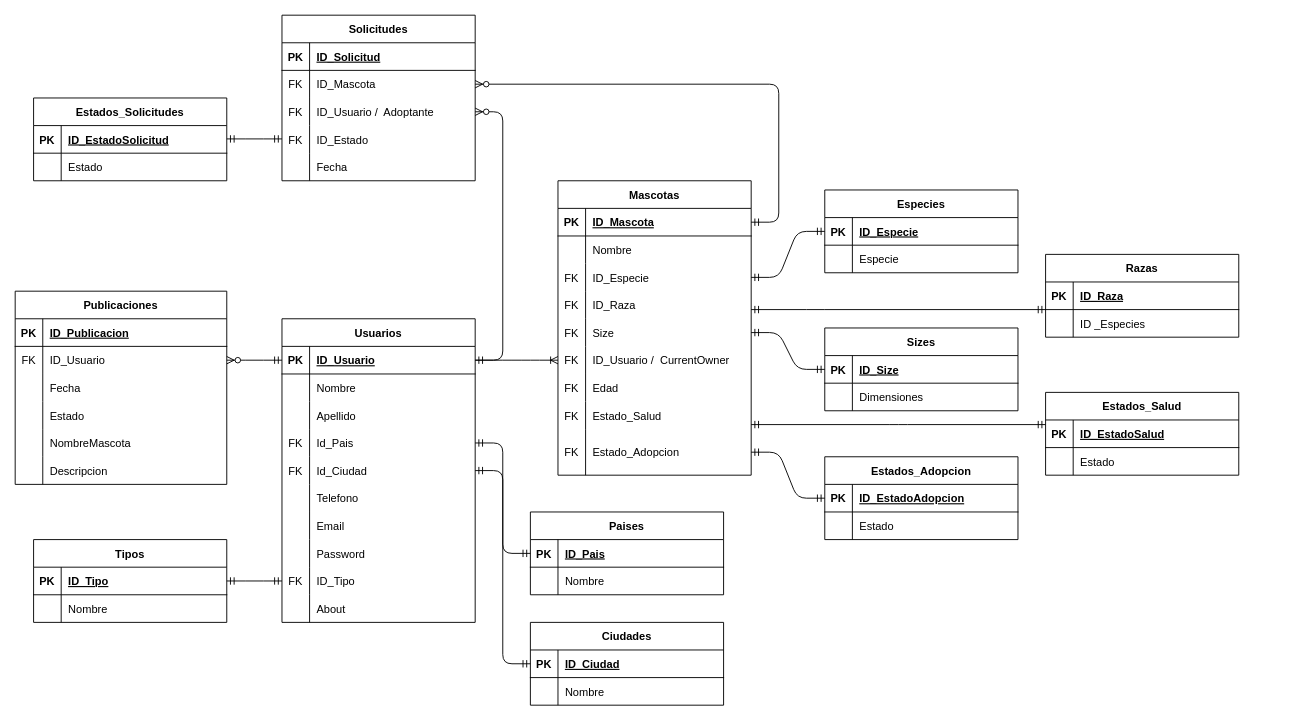
Before: modeloBD.drawio in StevenMendezV/mewoof-database, a draw.io diagram. Source tidied: cells renumbered, new cells numbered last; positions are measured from the earlier drawing's top-left corner, leaving out a move shared by most shapes. Both pictures are drawn from the tidied source at 92%, with x=0, y=0 at pixel (15, 15).
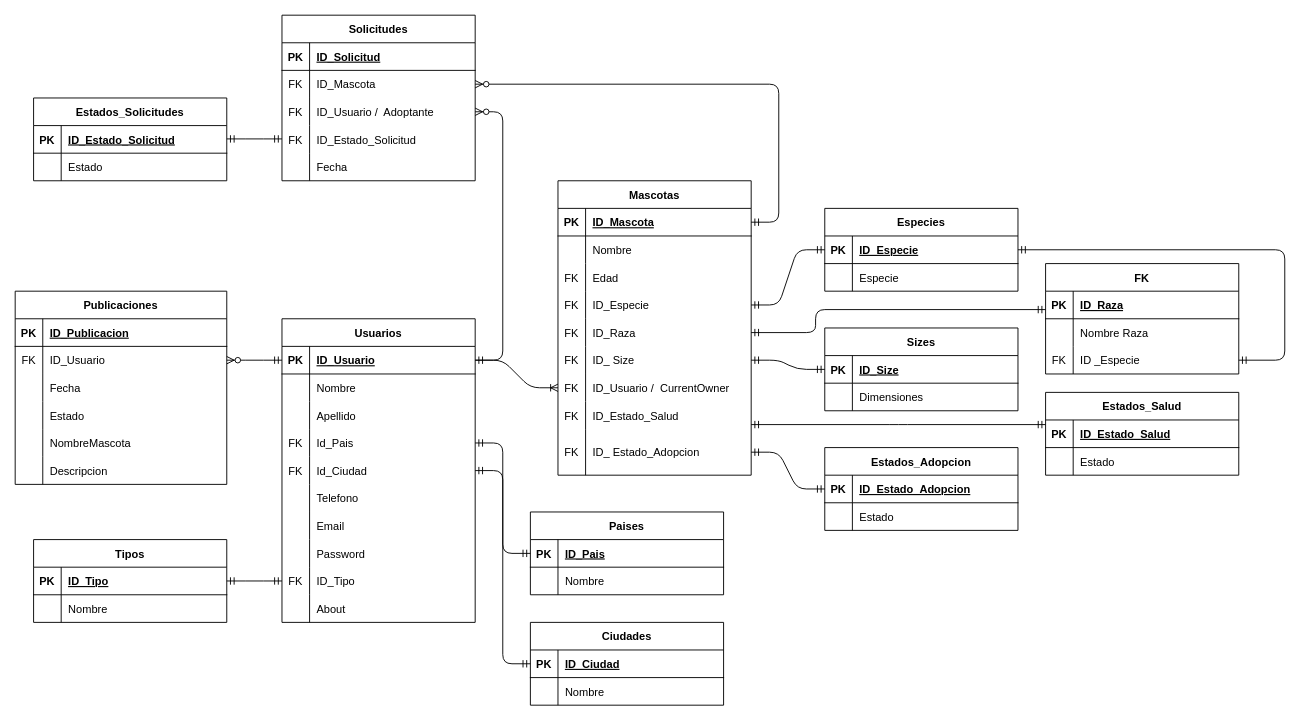
Above is the later version.

Commit message:
Ajustes en nombres de entidades

Unchanged cells that the change refers to:
```xml
<mxCell id="33" value="Mascotas" style="shape=table;startSize=30;childLayout=tableLayout;rowLines=0;fontStyle=1;align=center;" parent="1" vertex="1">
  <mxGeometry x="590" y="180" width="210" height="320" as="geometry" />
</mxCell>
<mxCell id="55" style="shape=tableRow;horizontal=0;startSize=0;swimlaneHead=0;swimlaneBody=0;fillColor=none;points=[[0,0.5],[1,0.5]];portConstraint=eastwest;top=0;left=0;right=0;bottom=0;" parent="33" vertex="1">
  <mxGeometry y="240" width="210" height="30" as="geometry" />
</mxCell>
<mxCell id="58" style="shape=tableRow;horizontal=0;startSize=0;swimlaneHead=0;swimlaneBody=0;fillColor=none;points=[[0,0.5],[1,0.5]];portConstraint=eastwest;top=0;left=0;right=0;bottom=0;" parent="33" vertex="1">
  <mxGeometry y="270" width="210" height="50" as="geometry" />
</mxCell>
<mxCell id="71" style="shape=tableRow;horizontal=0;startSize=0;swimlaneHead=0;swimlaneBody=0;fillColor=none;top=0;left=0;right=0;bottom=0;" parent="61" vertex="1">
  <mxGeometry y="120" width="210" height="30" as="geometry" />
</mxCell>
<mxCell id="102" style="shape=tableRow;horizontal=0;startSize=0;swimlaneHead=0;swimlaneBody=0;fillColor=none;points=[[0,0.5],[1,0.5]];portConstraint=eastwest;top=0;left=0;right=0;bottom=1;" parent="101" vertex="1">
  <mxGeometry y="30" width="210" height="30" as="geometry" />
</mxCell>
<mxCell id="112" style="shape=tableRow;horizontal=0;startSize=0;swimlaneHead=0;swimlaneBody=0;fillColor=none;top=0;left=0;right=0;bottom=0;" parent="108" vertex="1">
  <mxGeometry y="60" width="210" height="30" as="geometry" />
</mxCell>
<mxCell id="123" style="shape=tableRow;horizontal=0;startSize=0;swimlaneHead=0;swimlaneBody=0;fillColor=none;points=[[0,0.5],[1,0.5]];portConstraint=eastwest;top=0;left=0;right=0;bottom=1;" parent="122" vertex="1">
  <mxGeometry y="30" width="210" height="30" as="geometry" />
</mxCell>
<mxCell id="130" style="shape=tableRow;horizontal=0;startSize=0;swimlaneHead=0;swimlaneBody=0;fillColor=none;points=[[0,0.5],[1,0.5]];portConstraint=eastwest;top=0;left=0;right=0;bottom=1;" parent="129" vertex="1">
  <mxGeometry y="30" width="210" height="30" as="geometry" />
</mxCell>
<mxCell id="166" style="shape=tableRow;horizontal=0;startSize=0;swimlaneHead=0;swimlaneBody=0;fillColor=none;top=0;left=0;right=0;bottom=1;" parent="165" vertex="1">
  <mxGeometry y="30" width="210" height="30" as="geometry" />
</mxCell>
```

The edit, as a diff of the source:
```diff
@@
+    <mxCell id="52" style="shape=tableRow;horizontal=0;startSize=0;swimlaneHead=0;swimlaneBody=0;fillColor=none;top=0;left=0;right=0;bottom=0;" parent="33" vertex="1">
+      <mxGeometry y="90" width="210" height="30" as="geometry" />
+    </mxCell>
+    <mxCell id="53" value="FK" style="shape=partialRectangle;fillColor=none;top=0;left=0;bottom=0;right=0;overflow=hidden;" parent="52" vertex="1">
+      <mxGeometry width="30" height="30" as="geometry" />
+    </mxCell>
+    <mxCell id="54" value="Edad" style="shape=partialRectangle;fillColor=none;top=0;left=0;bottom=0;right=0;align=left;spacingLeft=6;overflow=hidden;" parent="52" vertex="1">
+      <mxGeometry x="30" width="180" height="30" as="geometry" />
+    </mxCell>
     <mxCell id="40" style="shape=tableRow;horizontal=0;startSize=0;swimlaneHead=0;swimlaneBody=0;fillColor=none;points=[[0,0.5],[1,0.5]];portConstraint=eastwest;top=0;left=0;right=0;bottom=0;" parent="33" vertex="1">
-      <mxGeometry y="90" width="210" height="30" as="geometry" />
+      <mxGeometry y="120" width="210" height="30" as="geometry" />
     </mxCell>
@@
     <mxCell id="43" style="shape=tableRow;horizontal=0;startSize=0;swimlaneHead=0;swimlaneBody=0;fillColor=none;points=[[0,0.5],[1,0.5]];portConstraint=eastwest;top=0;left=0;right=0;bottom=0;" parent="33" vertex="1">
-      <mxGeometry y="120" width="210" height="30" as="geometry" />
+      <mxGeometry y="150" width="210" height="30" as="geometry" />
     </mxCell>
@@
     <mxCell id="46" style="shape=tableRow;horizontal=0;startSize=0;swimlaneHead=0;swimlaneBody=0;fillColor=none;points=[[0,0.5],[1,0.5]];portConstraint=eastwest;top=0;left=0;right=0;bottom=0;" parent="33" vertex="1">
-      <mxGeometry y="150" width="210" height="30" as="geometry" />
+      <mxGeometry y="180" width="210" height="30" as="geometry" />
     </mxCell>
@@
-    <mxCell id="48" value="Size" style="shape=partialRectangle;fillColor=none;top=0;left=0;bottom=0;right=0;align=left;spacingLeft=6;overflow=hidden;" parent="46" vertex="1">
+    <mxCell id="48" value="ID_ Size" style="shape=partialRectangle;fillColor=none;top=0;left=0;bottom=0;right=0;align=left;spacingLeft=6;overflow=hidden;" parent="46" vertex="1">
       <mxGeometry x="30" width="180" height="30" as="geometry" />
     </mxCell>
     <mxCell id="49" style="shape=tableRow;horizontal=0;startSize=0;swimlaneHead=0;swimlaneBody=0;fillColor=none;points=[[0,0.5],[1,0.5]];portConstraint=eastwest;top=0;left=0;right=0;bottom=0;" parent="33" vertex="1">
-      <mxGeometry y="180" width="210" height="30" as="geometry" />
+      <mxGeometry y="210" width="210" height="30" as="geometry" />
     </mxCell>
@@
-    <mxCell id="52" style="shape=tableRow;horizontal=0;startSize=0;swimlaneHead=0;swimlaneBody=0;fillColor=none;top=0;left=0;right=0;bottom=0;" parent="33" vertex="1">
-      <mxGeometry y="210" width="210" height="30" as="geometry" />
-    </mxCell>
-    <mxCell id="53" value="FK" style="shape=partialRectangle;fillColor=none;top=0;left=0;bottom=0;right=0;overflow=hidden;" parent="52" vertex="1">
-      <mxGeometry width="30" height="30" as="geometry" />
-    </mxCell>
-    <mxCell id="54" value="Edad" style="shape=partialRectangle;fillColor=none;top=0;left=0;bottom=0;right=0;align=left;spacingLeft=6;overflow=hidden;" parent="52" vertex="1">
-      <mxGeometry x="30" width="180" height="30" as="geometry" />
-    </mxCell>
@@
-    <mxCell id="57" value="Estado_Salud" style="shape=partialRectangle;fillColor=none;top=0;left=0;bottom=0;right=0;align=left;spacingLeft=6;overflow=hidden;" parent="55" vertex="1">
+    <mxCell id="57" value="ID_Estado_Salud" style="shape=partialRectangle;fillColor=none;top=0;left=0;bottom=0;right=0;align=left;spacingLeft=6;overflow=hidden;" parent="55" vertex="1">
       <mxGeometry x="30" width="180" height="30" as="geometry" />
     </mxCell>
@@
-    <mxCell id="60" value="Estado_Adopcion" style="shape=partialRectangle;fillColor=none;top=0;left=0;bottom=0;right=0;align=left;spacingLeft=6;overflow=hidden;" parent="58" vertex="1">
+    <mxCell id="60" value="ID_ Estado_Adopcion" style="shape=partialRectangle;fillColor=none;top=0;left=0;bottom=0;right=0;align=left;spacingLeft=6;overflow=hidden;" parent="58" vertex="1">
       <mxGeometry x="30" width="180" height="50" as="geometry" />
     </mxCell>
@@
-    <mxCell id="73" value="ID_Estado" style="shape=partialRectangle;fillColor=none;top=0;left=0;bottom=0;right=0;align=left;spacingLeft=6;overflow=hidden;" parent="71" vertex="1">
+    <mxCell id="73" value="ID_Estado_Solicitud" style="shape=partialRectangle;fillColor=none;top=0;left=0;bottom=0;right=0;align=left;spacingLeft=6;overflow=hidden;" parent="71" vertex="1">
       <mxGeometry x="30" width="180" height="30" as="geometry" />
     </mxCell>
@@
     <mxCell id="101" value="Especies" style="shape=table;startSize=30;childLayout=tableLayout;rowLines=0;fontStyle=1;align=center;" parent="1" vertex="1">
-      <mxGeometry x="880" y="190" width="210" height="90" as="geometry" />
+      <mxGeometry x="880" y="210" width="210" height="90" as="geometry" />
     </mxCell>
@@
-    <mxCell id="108" value="Razas" style="shape=table;startSize=30;childLayout=tableLayout;rowLines=0;fontStyle=1;align=center;" parent="1" vertex="1">
-      <mxGeometry x="1120" y="260" width="210" height="90" as="geometry" />
+    <mxCell id="108" value="FK" style="shape=table;startSize=30;childLayout=tableLayout;rowLines=0;fontStyle=1;align=center;" parent="1" vertex="1">
+      <mxGeometry x="1120" y="270" width="210" height="120" as="geometry" />
     </mxCell>
@@
-    <mxCell id="114" value="ID _Especies" style="shape=partialRectangle;fillColor=none;top=0;left=0;bottom=0;right=0;align=left;spacingLeft=6;overflow=hidden;" parent="112" vertex="1">
+    <mxCell id="114" value="Nombre Raza" style="shape=partialRectangle;fillColor=none;top=0;left=0;bottom=0;right=0;align=left;spacingLeft=6;overflow=hidden;" parent="112" vertex="1">
       <mxGeometry x="30" width="180" height="30" as="geometry" />
     </mxCell>
+    <mxCell id="173" style="shape=tableRow;horizontal=0;startSize=0;swimlaneHead=0;swimlaneBody=0;fillColor=none;points=[[0,0.5],[1,0.5]];portConstraint=eastwest;top=0;left=0;right=0;bottom=0;" parent="108" vertex="1">
+      <mxGeometry y="90" width="210" height="30" as="geometry" />
+    </mxCell>
+    <mxCell id="174" value="FK" style="shape=partialRectangle;fillColor=none;top=0;left=0;bottom=0;right=0;overflow=hidden;" parent="173" vertex="1">
+      <mxGeometry width="30" height="30" as="geometry" />
+    </mxCell>
+    <mxCell id="175" value="ID _Especie" style="shape=partialRectangle;fillColor=none;top=0;left=0;bottom=0;right=0;align=left;spacingLeft=6;overflow=hidden;" parent="173" vertex="1">
+      <mxGeometry x="30" width="180" height="30" as="geometry" />
+    </mxCell>
@@
     <mxCell id="122" value="Estados_Adopcion" style="shape=table;startSize=30;childLayout=tableLayout;rowLines=0;fontStyle=1;align=center;" parent="1" vertex="1">
-      <mxGeometry x="880" y="480" width="210" height="90" as="geometry" />
+      <mxGeometry x="880" y="470" width="210" height="90" as="geometry" />
     </mxCell>
@@
-    <mxCell id="125" value="ID_EstadoAdopcion" style="shape=partialRectangle;fillColor=none;top=0;left=0;bottom=0;right=0;align=left;spacingLeft=6;fontStyle=5;overflow=hidden;" parent="123" vertex="1">
+    <mxCell id="125" value="ID_Estado_Adopcion" style="shape=partialRectangle;fillColor=none;top=0;left=0;bottom=0;right=0;align=left;spacingLeft=6;fontStyle=5;overflow=hidden;" parent="123" vertex="1">
       <mxGeometry x="30" width="180" height="30" as="geometry" />
     </mxCell>
@@
-    <mxCell id="132" value="ID_EstadoSalud" style="shape=partialRectangle;fillColor=none;top=0;left=0;bottom=0;right=0;align=left;spacingLeft=6;fontStyle=5;overflow=hidden;" parent="130" vertex="1">
+    <mxCell id="132" value="ID_Estado_Salud" style="shape=partialRectangle;fillColor=none;top=0;left=0;bottom=0;right=0;align=left;spacingLeft=6;fontStyle=5;overflow=hidden;" parent="130" vertex="1">
       <mxGeometry x="30" width="180" height="30" as="geometry" />
     </mxCell>
@@
-    <mxCell id="168" value="ID_EstadoSolicitud" style="shape=partialRectangle;fillColor=none;top=0;left=0;bottom=0;right=0;align=left;spacingLeft=6;fontStyle=5;overflow=hidden;" parent="166" vertex="1">
+    <mxCell id="168" value="ID_Estado_Solicitud" style="shape=partialRectangle;fillColor=none;top=0;left=0;bottom=0;right=0;align=left;spacingLeft=6;fontStyle=5;overflow=hidden;" parent="166" vertex="1">
       <mxGeometry x="30" width="180" height="30" as="geometry" />
     </mxCell>
@@
+    <mxCell id="176" style="edgeStyle=elbowEdgeStyle;fontSize=12;html=1;endArrow=ERmandOne;startArrow=ERmandOne;startFill=0;endFill=0;" parent="1" edge="1" source="102" target="173">
+      <mxGeometry relative="1" as="geometry">
+        <Array as="points">
+          <mxPoint x="1380" y="290" />
+        </Array>
+      </mxGeometry>
+    </mxCell>
```
